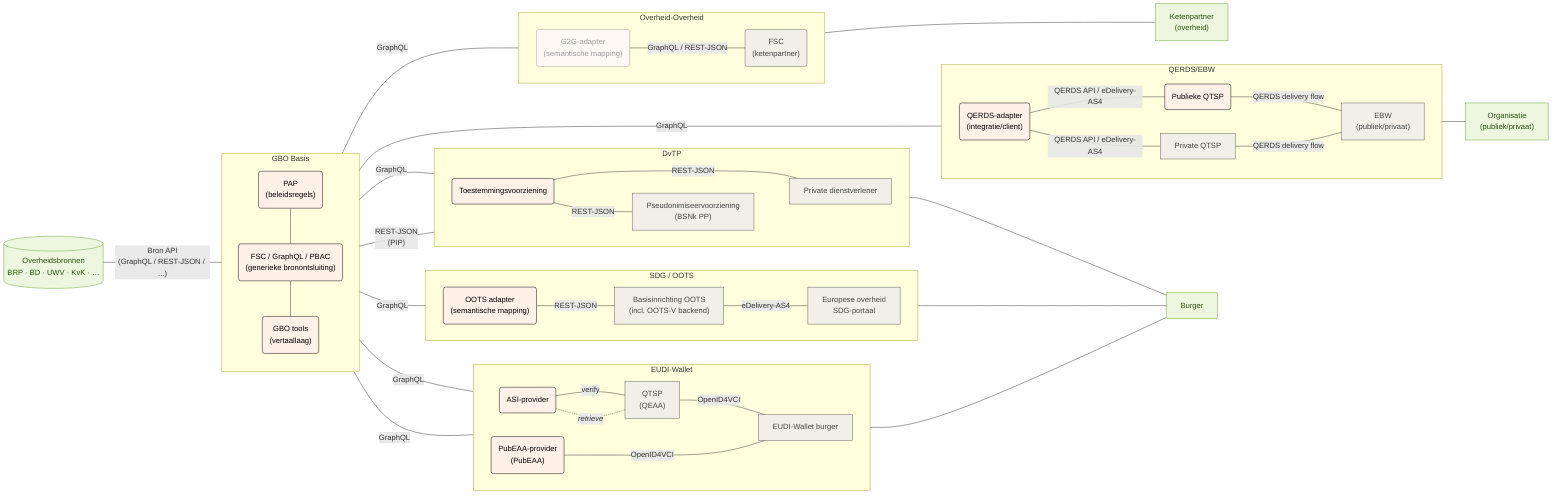
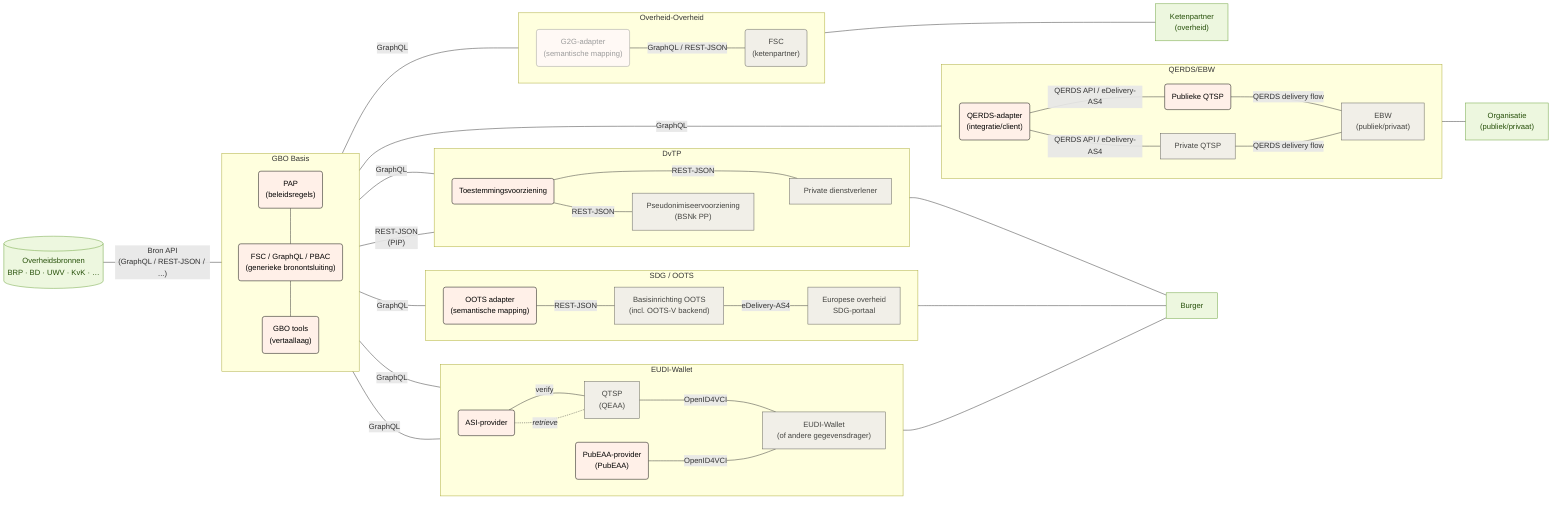
flowchart LR
  subgraph gbo["GBO Basis"]
    direction TB
        fsc_pap("PAP<br/>(beleidsregels)")
        fsc("FSC / GraphQL / PBAC<br/>(generieke bronontsluiting)")
        fsc_tools("GBO tools<br/>(vertaallaag)")
  end
  subgraph eudi["EUDI-Wallet"]
    direction LR
        eudi_asi("ASI-provider")
        eudi_pubeaa("PubEAA-provider<br/>(PubEAA)")
        eudi_qeaa["QTSP<br/>(QEAA)"]
-         eudi_wallet["EUDI-Wallet burger"]
+         eudi_wallet["EUDI-Wallet<br/>(of andere gegevensdrager)"]
  end
  subgraph oots["SDG / OOTS"]
    direction LR
        oots_adapter("OOTS adapter<br/>(semantische mapping)")
        oots_basis["Basisinrichting OOTS<br/>(incl. OOTS-V backend)"]
        oots_afnemer["Europese overheid<br/>SDG-portaal"]
  end
  subgraph dvtp["DvTP"]
    direction LR
        dvtp_toestemming("Toestemmingsvoorziening")
        dvtp_pseudoniem["Pseudonimiseervoorziening<br/>(BSNk PP)"]
        dvtp_afnemer["Private dienstverlener"]
  end
  subgraph ebw["QERDS/EBW"]
     direction LR
        ebw_qerds_adapter("QERDS-adapter<br/>(integratie/client)")
        ebw_pub_qtsp("Publieke QTSP")
        ebw_qtsp["Private QTSP"]
        ebw_wallet["EBW<br/>(publiek/privaat)"]
  end
  subgraph g2g["Overheid-Overheid"]
     direction LR
        g2g_adapter("G2G-adapter<br/>(semantische mapping)")
        g2g_fsc("FSC<br/>(ketenpartner)")
  end

  fsc_pap --- fsc
  fsc --- fsc_tools
  bron[("Overheidsbronnen<br/>BRP · BD · UWV · KvK · …")] -- Bron API<br/>(GraphQL / REST-JSON / ...) --- gbo
  eudi_asi -- verify --- eudi_qeaa
  eudi_asi -. "`*retrieve*`" .- eudi_qeaa
  eudi_qeaa -- OpenID4VCI --- eudi_wallet
  gbo -- GraphQL --- eudi_asi & eudi_pubeaa & oots_adapter & dvtp_afnemer & ebw_qerds_adapter & g2g_adapter
-   eudi_pubeaa -- OpenID4VCI ---- eudi_wallet
+   eudi_asi ~~~ eudi_pubeaa -- OpenID4VCI ---- eudi_wallet
  oots_adapter -- REST-JSON --- oots_basis
  oots_basis -- eDelivery-AS4 --- oots_afnemer
  gbo -- REST-JSON<br/>(PIP) --- dvtp_toestemming
  dvtp_toestemming -- REST-JSON --- dvtp_afnemer
  dvtp_toestemming -- REST-JSON --- dvtp_pseudoniem
  dvtp_pseudoniem ~~~ dvtp_afnemer
  ebw_qerds_adapter -- QERDS API / eDelivery-AS4 --- ebw_pub_qtsp -- QERDS delivery flow --- ebw_wallet
  ebw_qerds_adapter -- QERDS API / eDelivery-AS4 --- ebw_qtsp -- QERDS delivery flow --- ebw_wallet
  eudi_wallet --- burger["Burger"]
  oots_afnemer --- burger
  dvtp_afnemer --- burger
  ebw_wallet --- organisatie["Organisatie<br/>(publiek/privaat)"]
  g2g_adapter -- GraphQL / REST-JSON --- g2g_fsc
  g2g_adapter ~~~ ebw_qtsp
  ebw_qtsp ~~~ g2g_fsc
  g2g_fsc --- overheid["Ketenpartner<br/>(overheid)"]

  fsc_pap:::gbo
  fsc:::gbo
  fsc_tools:::gbo
  g2g_adapter:::gbo_opt
  g2g_fsc:::overheid
  ebw_qerds_adapter:::gbo
  ebw_pub_qtsp:::gbo
  ebw_qtsp:::eudi
  ebw_wallet:::eudi
  eudi_asi:::gbo
  eudi_pubeaa:::gbo
  eudi_qeaa:::eudi
  eudi_wallet:::eudi
  oots_adapter:::gbo
  oots_basis:::oots
  oots_afnemer:::oots
  dvtp_toestemming:::gbo
  dvtp_pseudoniem:::dvtp
  dvtp_afnemer:::dvtp
  bron:::bron
  burger:::afnemer
  organisatie:::afnemer
  overheid:::afnemer

  classDef bron fill:#edf7df,stroke:#6aa13a,color:#27500a
  classDef generiek fill:#f1efe8,stroke:#5f5e5a,color:#444441
  classDef eudi fill:#f1efe8,stroke:#5f5e5a,color:#444441
  classDef oots fill:#f1efe8,stroke:#5f5e5a,color:#444441
  classDef dvtp fill:#f1efe8,stroke:#5f5e5a,color:#444441
  classDef overheid fill:#f1efe8,stroke:#5f5e5a,color:#444441
  classDef gbo fill:#fff0e8,stroke:#000000,color:#000000
  classDef gbo_opt fill:#FFF9F5,stroke:#9C9C9C,color:#9C9C9C
  classDef afnemer fill:#edf7df,stroke:#6aa13a,color:#27500a
